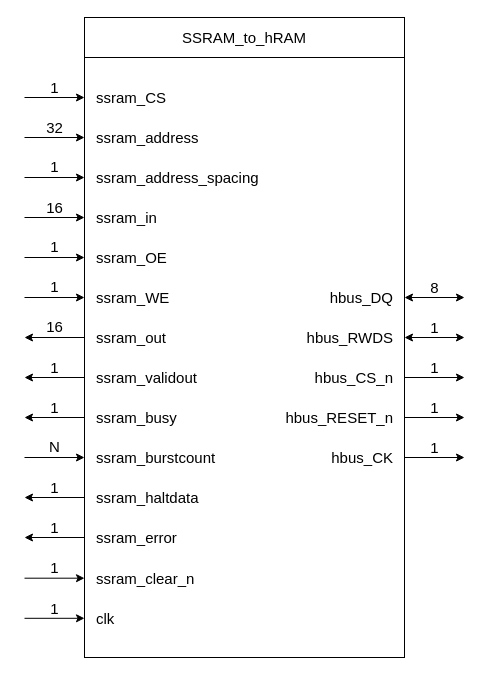
The draw.io diagram page "SSRAM_to_hRAM" (1 of 5) of IP_cores/AvalonMM_to_hRAM/SSRAM_to_hRAM_v1/rtl/SSRAM_to_hRAM.drawio in AndreaBononi/IP_cores, before the edit. Source tidied: cells renumbered, new cells numbered last; positions are measured from the earlier drawing's top-left corner, leaving out a move shared by most shapes. Both pictures are drawn from the tidied source at 100%, with x=0, y=0 at pixel (24, 17).
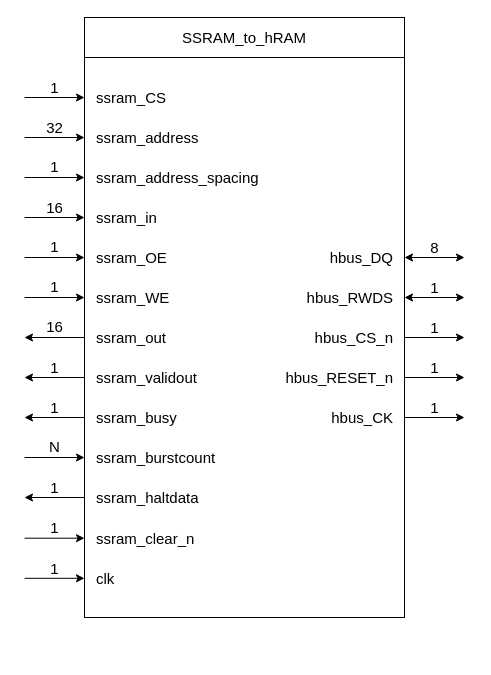
The same diagram, later.

Diff of the diagram source:
```diff
@@
     <mxCell id="2" style="rounded=0;whiteSpace=wrap;html=1;" parent="1" vertex="1">
-      <mxGeometry x="60" y="40" width="320" height="600" as="geometry" />
+      <mxGeometry x="60" y="40" width="320" height="560" as="geometry" />
     </mxCell>
     <mxCell id="3" value="hbus_DQ" style="text;html=1;align=right;verticalAlign=middle;strokeColor=none;fillColor=none;fontSize=15;" parent="1" vertex="1">
-      <mxGeometry x="280" y="265" width="90" height="30" as="geometry" />
+      <mxGeometry x="280" y="225" width="90" height="30" as="geometry" />
     </mxCell>
     <mxCell id="4" value="hbus_CS_n" style="text;html=1;align=right;verticalAlign=middle;strokeColor=none;fillColor=none;fontSize=15;" parent="1" vertex="1">
-      <mxGeometry x="270" y="345" width="100" height="30" as="geometry" />
+      <mxGeometry x="270" y="305" width="100" height="30" as="geometry" />
     </mxCell>
     <mxCell id="5" value="hbus_CK" style="text;html=1;align=right;verticalAlign=middle;strokeColor=none;fillColor=none;fontSize=15;" parent="1" vertex="1">
-      <mxGeometry x="280" y="425" width="90" height="30" as="geometry" />
+      <mxGeometry x="280" y="385" width="90" height="30" as="geometry" />
     </mxCell>
     <mxCell id="6" value="&lt;div&gt;hbus_RESET_n&lt;/div&gt;" style="text;html=1;align=right;verticalAlign=middle;strokeColor=none;fillColor=none;fontSize=15;" parent="1" vertex="1">
-      <mxGeometry x="240" y="385" width="130" height="30" as="geometry" />
+      <mxGeometry x="240" y="345" width="130" height="30" as="geometry" />
     </mxCell>
     <mxCell id="7" value="&lt;div&gt;hbus_RWDS&lt;/div&gt;" style="text;html=1;align=right;verticalAlign=middle;strokeColor=none;fillColor=none;fontSize=15;" parent="1" vertex="1">
-      <mxGeometry x="260" y="305" width="110" height="30" as="geometry" />
+      <mxGeometry x="260" y="265" width="110" height="30" as="geometry" />
     </mxCell>
@@
     <mxCell id="9" style="endArrow=classic;html=1;rounded=0;fontSize=15;" parent="1" edge="1">
       <mxGeometry relative="1" as="geometry">
-        <mxPoint x="380" y="440" as="sourcePoint" />
-        <mxPoint x="440" y="440" as="targetPoint" />
+        <mxPoint x="380" y="400" as="sourcePoint" />
+        <mxPoint x="440" y="400" as="targetPoint" />
       </mxGeometry>
     </mxCell>
     <mxCell id="10" value="1" style="text;html=1;align=center;verticalAlign=middle;strokeColor=none;fillColor=none;fontSize=15;" parent="1" vertex="1">
-      <mxGeometry x="400" y="420" width="20" height="20" as="geometry" />
+      <mxGeometry x="400" y="380" width="20" height="20" as="geometry" />
     </mxCell>
     <mxCell id="11" style="endArrow=classic;html=1;rounded=0;fontSize=15;" parent="1" edge="1">
       <mxGeometry relative="1" as="geometry">
-        <mxPoint x="380" y="400" as="sourcePoint" />
-        <mxPoint x="440" y="400" as="targetPoint" />
+        <mxPoint x="380" y="360" as="sourcePoint" />
+        <mxPoint x="440" y="360" as="targetPoint" />
       </mxGeometry>
     </mxCell>
     <mxCell id="12" value="1" style="text;html=1;align=center;verticalAlign=middle;strokeColor=none;fillColor=none;fontSize=15;" parent="1" vertex="1">
-      <mxGeometry x="400" y="380" width="20" height="20" as="geometry" />
+      <mxGeometry x="400" y="340" width="20" height="20" as="geometry" />
     </mxCell>
     <mxCell id="13" style="endArrow=classic;html=1;rounded=0;fontSize=15;" parent="1" edge="1">
       <mxGeometry relative="1" as="geometry">
-        <mxPoint x="380" y="360" as="sourcePoint" />
-        <mxPoint x="440" y="360" as="targetPoint" />
+        <mxPoint x="380" y="320" as="sourcePoint" />
+        <mxPoint x="440" y="320" as="targetPoint" />
       </mxGeometry>
     </mxCell>
     <mxCell id="14" value="1" style="text;html=1;align=center;verticalAlign=middle;strokeColor=none;fillColor=none;fontSize=15;" parent="1" vertex="1">
-      <mxGeometry x="400" y="340" width="20" height="20" as="geometry" />
+      <mxGeometry x="400" y="300" width="20" height="20" as="geometry" />
     </mxCell>
     <mxCell id="15" style="endArrow=classic;html=1;rounded=0;fontSize=15;startArrow=classic;startFill=1;" parent="1" edge="1">
       <mxGeometry relative="1" as="geometry">
-        <mxPoint x="380" y="320" as="sourcePoint" />
-        <mxPoint x="440" y="320" as="targetPoint" />
+        <mxPoint x="380" y="280" as="sourcePoint" />
+        <mxPoint x="440" y="280" as="targetPoint" />
       </mxGeometry>
     </mxCell>
     <mxCell id="16" value="1" style="text;html=1;align=center;verticalAlign=middle;strokeColor=none;fillColor=none;fontSize=15;" parent="1" vertex="1">
-      <mxGeometry x="400" y="300" width="20" height="20" as="geometry" />
+      <mxGeometry x="400" y="260" width="20" height="20" as="geometry" />
     </mxCell>
     <mxCell id="17" style="endArrow=classic;html=1;rounded=0;fontSize=15;startArrow=classic;startFill=1;" parent="1" edge="1">
       <mxGeometry relative="1" as="geometry">
-        <mxPoint x="380" y="280" as="sourcePoint" />
-        <mxPoint x="440" y="280" as="targetPoint" />
+        <mxPoint x="380" y="240" as="sourcePoint" />
+        <mxPoint x="440" y="240" as="targetPoint" />
       </mxGeometry>
     </mxCell>
     <mxCell id="18" value="8" style="text;html=1;align=center;verticalAlign=middle;strokeColor=none;fillColor=none;fontSize=15;" parent="1" vertex="1">
-      <mxGeometry x="400" y="260" width="20" height="20" as="geometry" />
+      <mxGeometry x="400" y="220" width="20" height="20" as="geometry" />
     </mxCell>
@@
     <mxCell id="43" style="endArrow=classic;html=1;rounded=0;fontSize=15;" parent="1" edge="1">
       <mxGeometry relative="1" as="geometry">
-        <mxPoint y="560.7" as="sourcePoint" />
-        <mxPoint x="60" y="560.7" as="targetPoint" />
+        <mxPoint y="520.7" as="sourcePoint" />
+        <mxPoint x="60" y="520.7" as="targetPoint" />
       </mxGeometry>
     </mxCell>
     <mxCell id="44" value="1" style="text;html=1;align=center;verticalAlign=middle;strokeColor=none;fillColor=none;fontSize=15;" parent="1" vertex="1">
-      <mxGeometry x="20" y="540" width="20" height="20" as="geometry" />
+      <mxGeometry x="20" y="500" width="20" height="20" as="geometry" />
     </mxCell>
     <mxCell id="45" value="&lt;font style=&quot;font-size: 15px;&quot;&gt;ssram_clear_n&lt;/font&gt;" style="text;html=1;align=left;verticalAlign=middle;strokeColor=none;fillColor=none;rotation=0;" parent="1" vertex="1">
-      <mxGeometry x="70" y="545.7" width="120" height="30" as="geometry" />
+      <mxGeometry x="70" y="505.7" width="120" height="30" as="geometry" />
     </mxCell>
     <mxCell id="46" style="endArrow=classic;html=1;rounded=0;fontSize=15;" parent="1" edge="1">
       <mxGeometry relative="1" as="geometry">
-        <mxPoint y="600.8" as="sourcePoint" />
-        <mxPoint x="60" y="600.8" as="targetPoint" />
+        <mxPoint y="560.8" as="sourcePoint" />
+        <mxPoint x="60" y="560.8" as="targetPoint" />
       </mxGeometry>
     </mxCell>
     <mxCell id="47" value="1" style="text;html=1;align=center;verticalAlign=middle;strokeColor=none;fillColor=none;fontSize=15;" parent="1" vertex="1">
-      <mxGeometry x="20" y="581" width="20" height="20" as="geometry" />
+      <mxGeometry x="20" y="541" width="20" height="20" as="geometry" />
     </mxCell>
     <mxCell id="48" value="&lt;font style=&quot;font-size: 15px;&quot;&gt;clk&lt;/font&gt;" style="text;html=1;align=left;verticalAlign=middle;strokeColor=none;fillColor=none;rotation=0;" parent="1" vertex="1">
-      <mxGeometry x="70" y="586" width="40" height="30" as="geometry" />
+      <mxGeometry x="70" y="546" width="40" height="30" as="geometry" />
     </mxCell>
@@
-    <mxCell id="58" style="endArrow=none;html=1;rounded=0;fontSize=15;startArrow=classic;startFill=1;endFill=0;" parent="1" edge="1">
-      <mxGeometry relative="1" as="geometry">
-        <mxPoint y="520" as="sourcePoint" />
-        <mxPoint x="60" y="520" as="targetPoint" />
-      </mxGeometry>
-    </mxCell>
-    <mxCell id="59" value="&lt;font style=&quot;font-size: 15px;&quot;&gt;ssram_error&lt;/font&gt;" style="text;html=1;align=left;verticalAlign=middle;strokeColor=none;fillColor=none;" parent="1" vertex="1">
-      <mxGeometry x="70" y="505" width="100" height="30" as="geometry" />
-    </mxCell>
-    <mxCell id="60" value="1" style="text;html=1;align=center;verticalAlign=middle;strokeColor=none;fillColor=none;fontSize=15;" parent="1" vertex="1">
-      <mxGeometry x="20" y="500" width="20" height="20" as="geometry" />
-    </mxCell>
```
